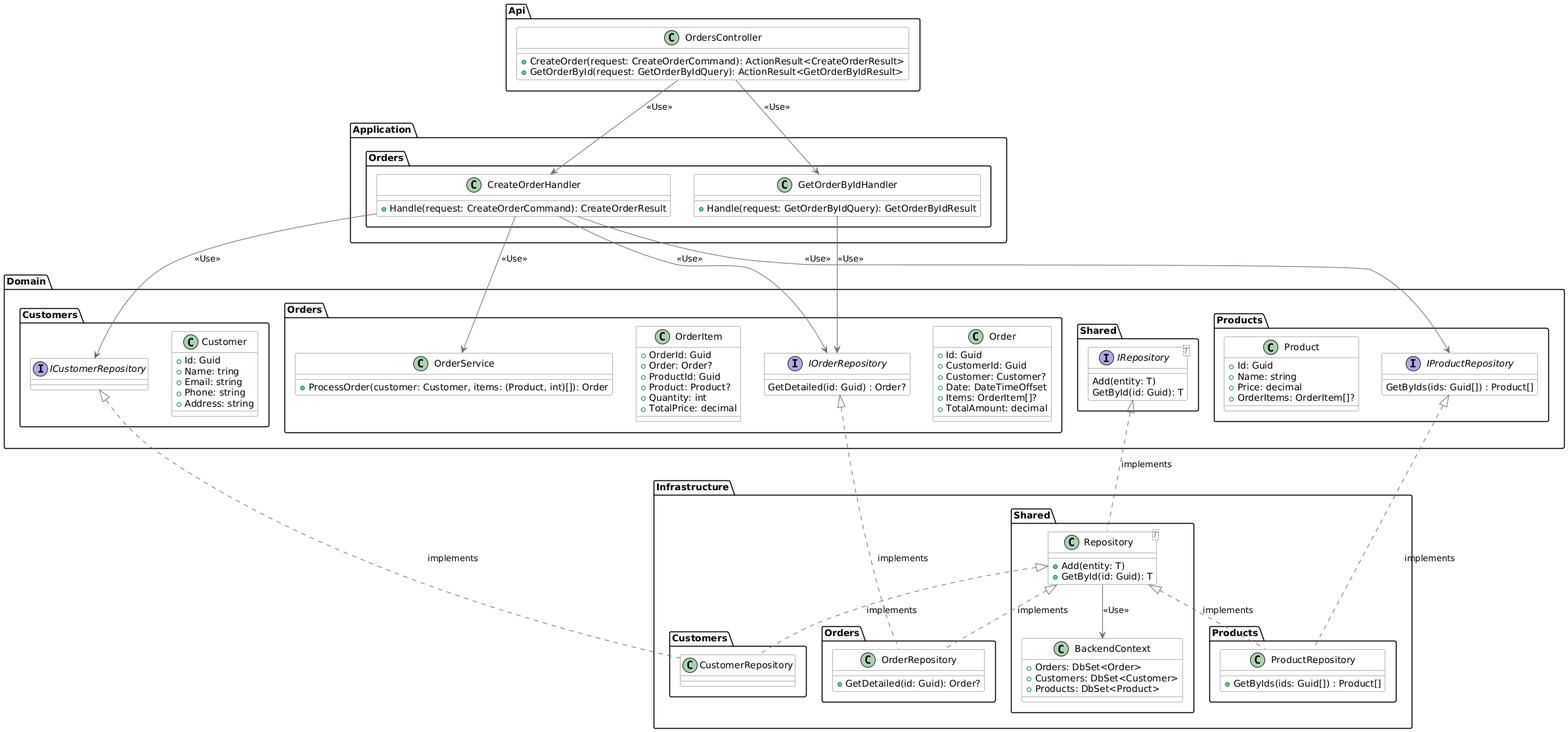
The PlantUML diagram docs/diagram.png in oezzdev/tuya.backend, before a commit. Source of this version:
```plantuml
@startuml
skinparam class {
    BackgroundColor White
    BorderColor #6A6A6A
    ArrowColor #6A6A6A
    StereotypeFontColor #6A6A6A
}
skinparam ArrowThickness 1
skinparam ArrowStyle Orthogonal

package "Api" {
  class OrdersController {
    + CreateOrder(request: CreateOrderCommand): ActionResult<CreateOrderResult>
    + GetOrderById(request: GetOrderByIdQuery): ActionResult<GetOrderByIdResult>
  }
}

package "Application" {
  package "Orders" {
    class CreateOrderHandler {
      + Handle(request: CreateOrderCommand): CreateOrderResult
    }
    class GetOrderByIdHandler {
      + Handle(request: GetOrderByIdQuery): GetOrderByIdResult
    }

  }
}

package "Domain" {
  package "Customers" {
    class Customer {
      + Id: Guid
      + Name: tring
      + Email: string
      + Phone: string
      + Address: string
    }
    interface ICustomerRepository {
    }
  }
  package "Orders" {
    class Order {
      + Id: Guid
      + CustomerId: Guid
      + Customer: Customer?
      + Date: DateTimeOffset
      + Items: OrderItem[]?
      + TotalAmount: decimal
    }
    interface IOrderRepository {
      GetDetailed(id: Guid) : Order?
    }
    class OrderItem {
      + OrderId: Guid
      + Order: Order?
      + ProductId: Guid
      + Product: Product?
      + Quantity: int
      + TotalPrice: decimal
    }
    class OrderService {
      + ProcessOrder(customer: Customer, items: (Product, int)[]): Order
    }
  }
  package Products {
    interface IProductRepository {
      GetByIds(ids: Guid[]) : Product[]
    }
    class Product {
      + Id: Guid
      + Name: string
      + Price: decimal
      + OrderItems: OrderItem[]?
    }
  }
  package "Shared" {
    interface IRepository<T> {
      Add(entity: T)
      GetById(id: Guid): T
    }
  }

}

package "Infrastructure" {
  package "Customers" {
    class CustomerRepository {
    }

  }
  package "Orders" {
    class OrderRepository {
      + GetDetailed(id: Guid): Order?
    }
  }
  package "Products" {
    class ProductRepository {
      + GetByIds(ids: Guid[]) : Product[]
    }
  }
  package "Shared" {
    class Repository<T> {
      + Add(entity: T)
      + GetById(id: Guid): T
    }
    class BackendContext {
      + Orders: DbSet<Order>
      + Customers: DbSet<Customer>
      + Products: DbSet<Product>
    }
  }
}

IRepository <|.. Repository : implements
Repository --> BackendContext : <<Use>>
Repository <|.. CustomerRepository : implements
ICustomerRepository <|.. CustomerRepository : implements
Repository <|.. OrderRepository : implements
IOrderRepository <|.. OrderRepository : implements
Repository <|.. ProductRepository : implements
IProductRepository <|.. ProductRepository : implements

CreateOrderHandler --> OrderService : <<Use>>
CreateOrderHandler --> IOrderRepository : <<Use>>
CreateOrderHandler --> ICustomerRepository : <<Use>>
CreateOrderHandler --> IProductRepository : <<Use>>

GetOrderByIdHandler --> IOrderRepository : <<Use>>

OrdersController --> CreateOrderHandler : <<Use>>
OrdersController --> GetOrderByIdHandler : <<Use>>
@enduml
```
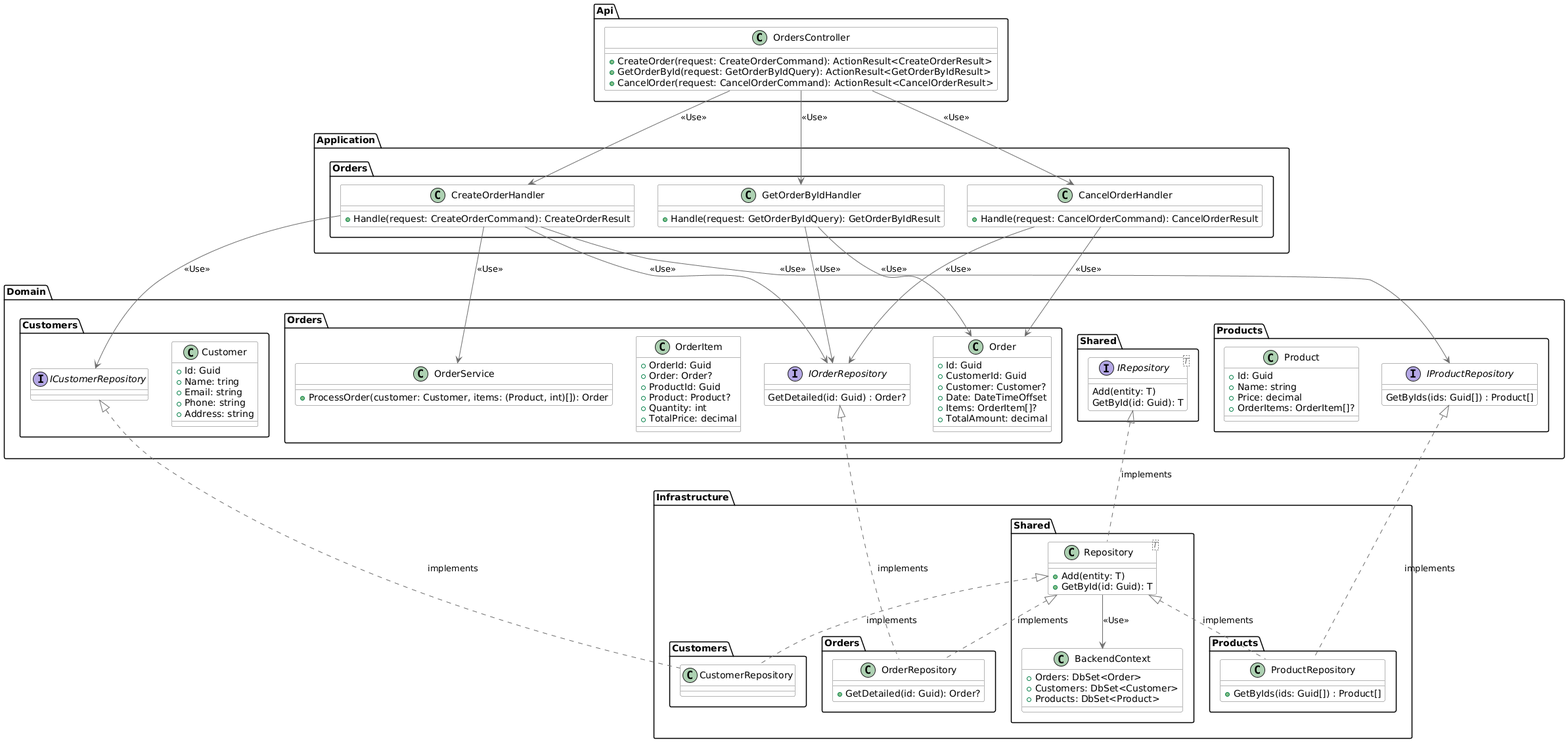
The same file after the commit.

Commit message:
docs: Add CancelOrder functionality to OrdersController and Application layer

What changed in the source:
```diff
@@ -12,6 +12,7 @@
   class OrdersController {
     + CreateOrder(request: CreateOrderCommand): ActionResult<CreateOrderResult>
     + GetOrderById(request: GetOrderByIdQuery): ActionResult<GetOrderByIdResult>
+    + CancelOrder(request: CancelOrderCommand): ActionResult<CancelOrderResult>
   }
 }
 
@@ -23,7 +24,9 @@
     class GetOrderByIdHandler {
       + Handle(request: GetOrderByIdQuery): GetOrderByIdResult
     }
-
+    class CancelOrderHandler {
+      + Handle(request: CancelOrderCommand): CancelOrderResult
+    }
   }
 }
 
@@ -127,7 +130,12 @@
 CreateOrderHandler --> IProductRepository : <<Use>>
 
 GetOrderByIdHandler --> IOrderRepository : <<Use>>
+GetOrderByIdHandler --> Order : <<Use>>
+
+CancelOrderHandler --> IOrderRepository : <<Use>>
+CancelOrderHandler --> Order : <<Use>>
 
 OrdersController --> CreateOrderHandler : <<Use>>
 OrdersController --> GetOrderByIdHandler : <<Use>>
+OrdersController --> CancelOrderHandler : <<Use>>
 @enduml
```
